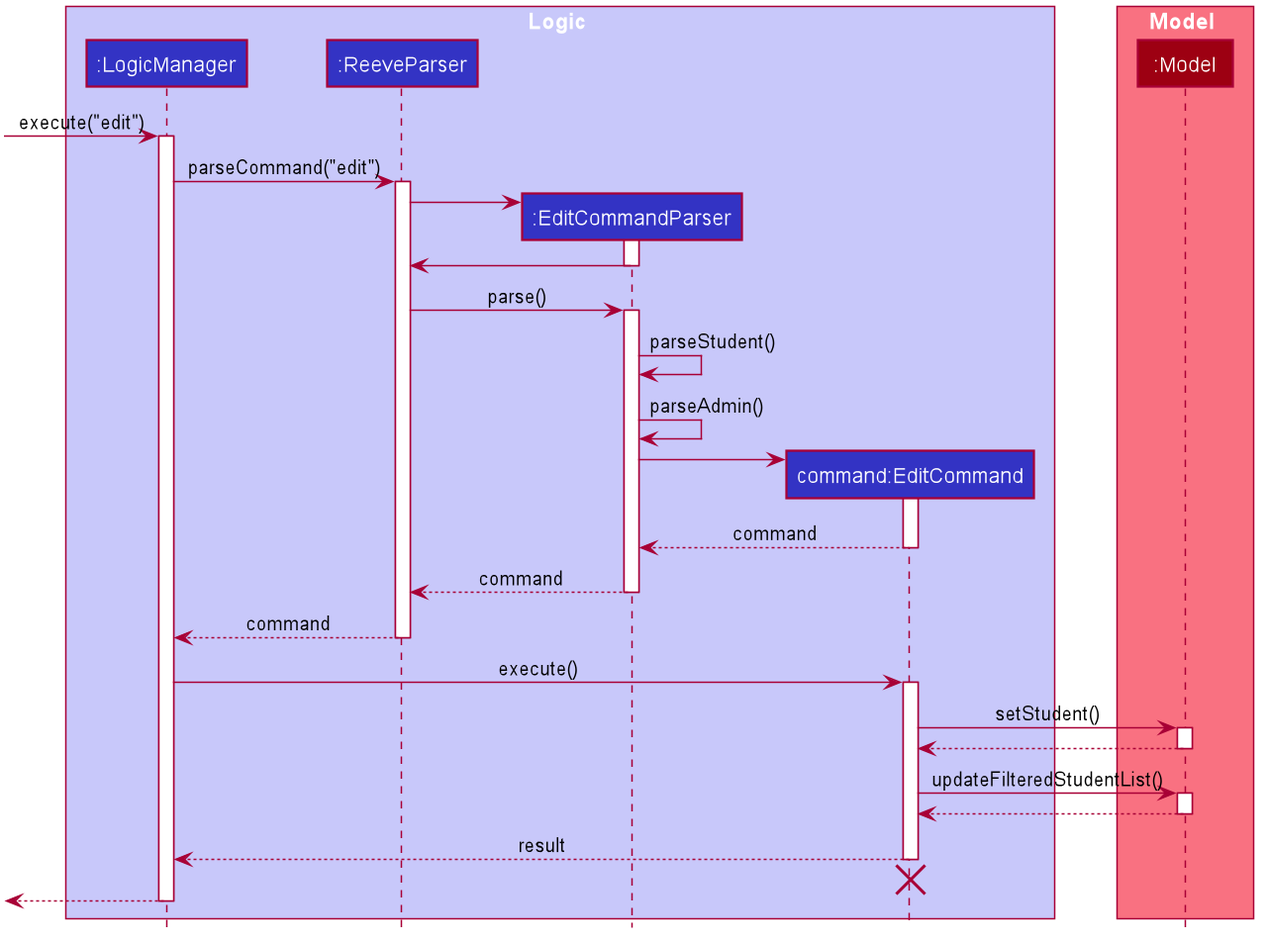
Earlier version of the PlantUML export docs/images/EditStudentSequenceDiagram.png (nus-cs2103-AY2021S1/tp).
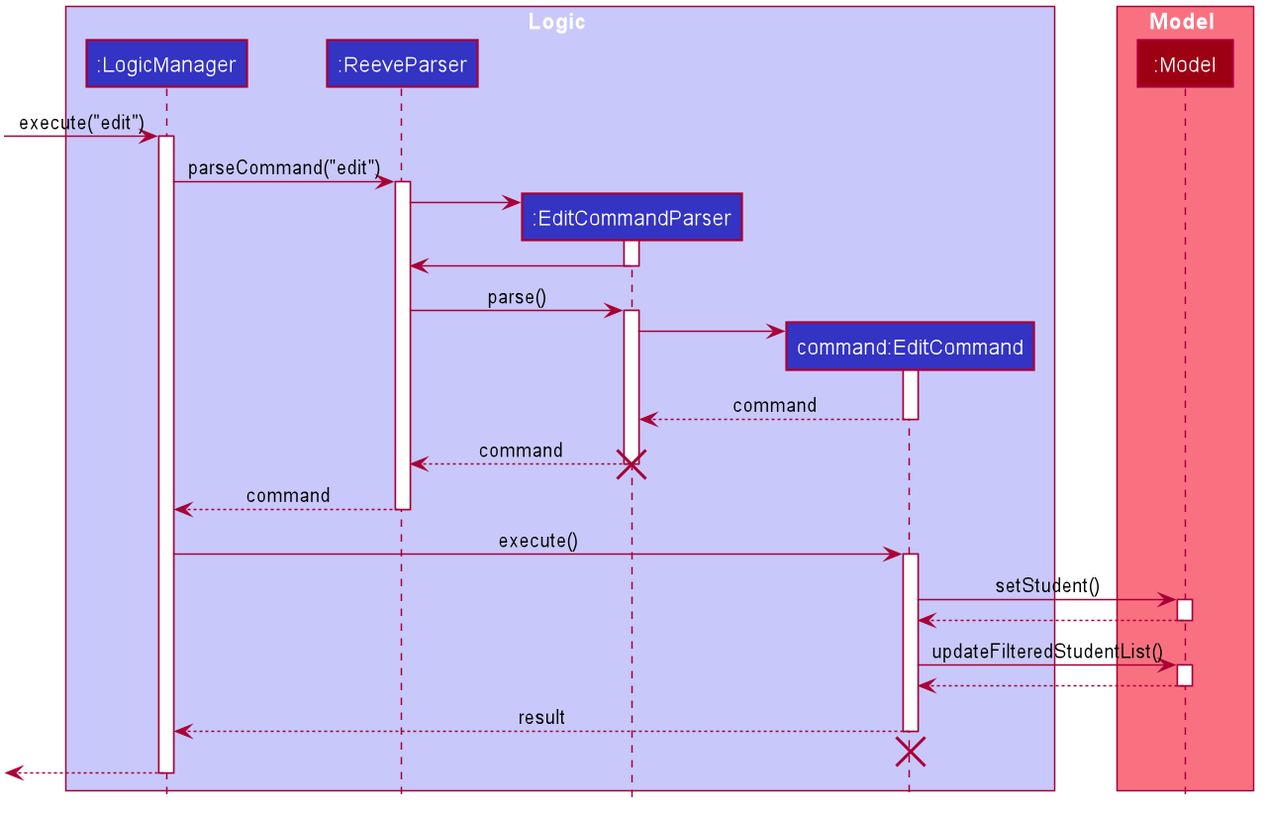
The same diagram one commit later.

Commit message:
Add Detail Diagrams

Change to the diagram source:
```diff
@@ -77,9 +77,6 @@
 ReeveParser -> EditCommandParser : parse()
 activate EditCommandParser
 
-EditCommandParser -> EditCommandParser : parseStudent()
-EditCommandParser -> EditCommandParser : parseAdmin()
-
 create Command
 EditCommandParser -> Command
 activate Command
@@ -88,7 +85,7 @@
 deactivate Command
 
 EditCommandParser --> ReeveParser : command
-deactivate EditCommandParser
+destroy EditCommandParser
 
 ReeveParser --> LogicManager : command
 deactivate ReeveParser
```
